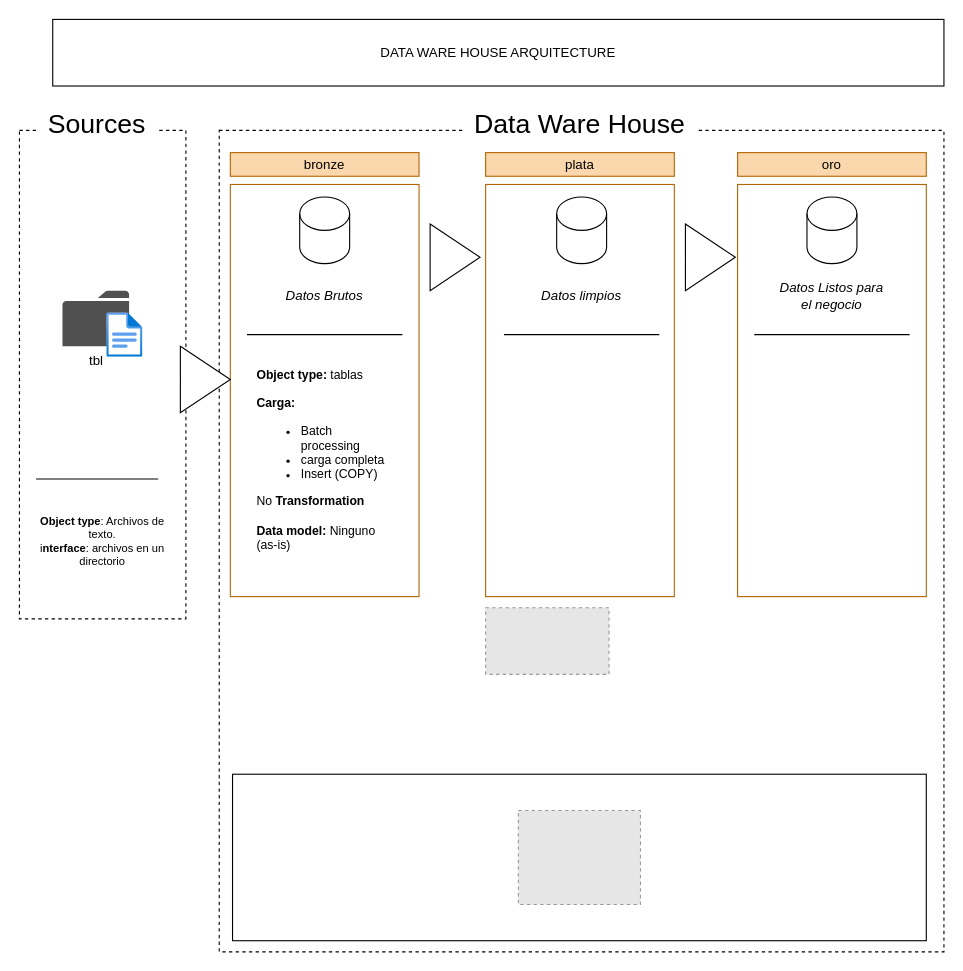
This is docs/arquitectura.drawio from CaletOrtiz/sql-datawarehouse-project, a draw.io file, before an edit. Source tidied: cells renumbered, new cells numbered last; positions are measured from the earlier drawing's top-left corner, leaving out a move shared by most shapes. Both pictures are drawn from the tidied source at 111%, with x=0, y=0 at pixel (19, 19). Pictures stored in the file or linked from it are replaced by grey dashed boxes.
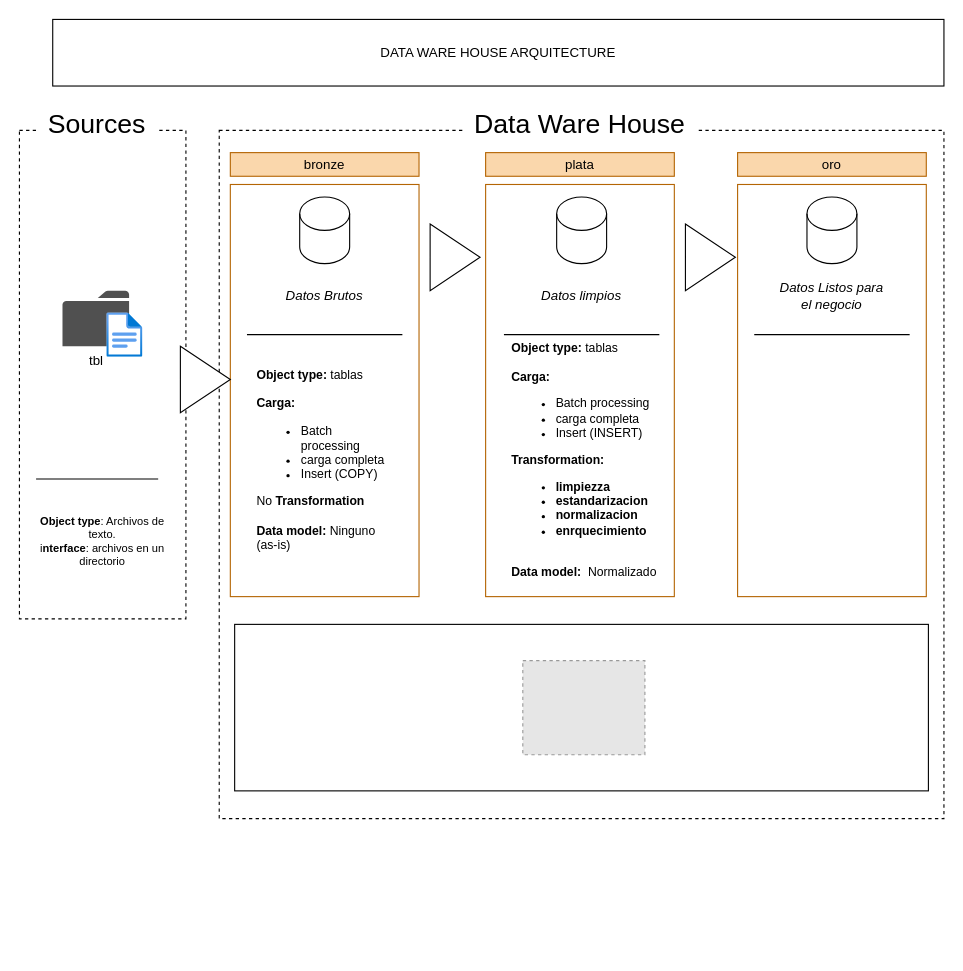
The same diagram, later.

Commit message (it also covers changes not shown here):
Refactor code structure for improved readability and maintainability

What changed in the source:
```diff
@@
     <mxCell id="6" style="rounded=0;whiteSpace=wrap;html=1;fillColor=none;gradientColor=none;dashed=1;" parent="1" vertex="1">
-      <mxGeometry x="180" y="100" width="652.9" height="740" as="geometry" />
+      <mxGeometry x="180" y="100" width="652.9" height="620" as="geometry" />
     </mxCell>
@@
     <mxCell id="28" style="rounded=0;whiteSpace=wrap;html=1;fillColor=light-dark(#FFFFFF,#FFE6CC);" parent="1" vertex="1">
-      <mxGeometry x="192" y="680" width="625" height="150" as="geometry" />
+      <mxGeometry x="193.9" y="545" width="625" height="150" as="geometry" />
     </mxCell>
     <mxCell id="29" style="fillColor=#E6E6E6;strokeColor=#999999;dashed=1;verticalLabelPosition=bottom;labelBackgroundColor=default;verticalAlign=top;" parent="1" vertex="1">
-      <mxGeometry x="449.5" y="712.7" width="110" height="84.7" as="geometry" />
+      <mxGeometry x="453.5" y="577.7" width="110" height="84.7" as="geometry" />
     </mxCell>
-    <mxCell id="30" style="fillColor=#E6E6E6;strokeColor=#999999;dashed=1;verticalLabelPosition=bottom;labelBackgroundColor=default;verticalAlign=top;" parent="1" vertex="1">
-      <mxGeometry x="420" y="530" width="111.2" height="60" as="geometry" />
-    </mxCell>
@@
+    <mxCell id="33" value="&lt;div style=&quot;text-align: start;&quot;&gt;&lt;b&gt;Object type: &lt;/b&gt;tablas&lt;/div&gt;&lt;div style=&quot;text-align: start;&quot;&gt;&lt;b style=&quot;background-color: transparent; color: light-dark(rgb(0, 0, 0), rgb(255, 255, 255));&quot;&gt;&lt;br&gt;&lt;/b&gt;&lt;/div&gt;&lt;div style=&quot;text-align: start;&quot;&gt;&lt;b style=&quot;background-color: transparent; color: light-dark(rgb(0, 0, 0), rgb(255, 255, 255));&quot;&gt;Carga:&amp;nbsp;&lt;/b&gt;&lt;/div&gt;&lt;div style=&quot;text-align: start;&quot;&gt;&lt;ul&gt;&lt;li&gt;&lt;span style=&quot;background-color: transparent; color: light-dark(rgb(0, 0, 0), rgb(255, 255, 255));&quot;&gt;Batch processing&lt;/span&gt;&lt;/li&gt;&lt;li&gt;carga completa&lt;/li&gt;&lt;li&gt;Insert (INSERT)&lt;/li&gt;&lt;/ul&gt;&lt;b&gt;Transformation:&lt;/b&gt;&lt;/div&gt;&lt;div style=&quot;text-align: start;&quot;&gt;&lt;ul&gt;&lt;li&gt;&lt;b&gt;limpiezza&lt;/b&gt;&lt;/li&gt;&lt;li&gt;&lt;b&gt;estandarizacion&lt;/b&gt;&lt;/li&gt;&lt;li&gt;&lt;b&gt;normalizacion&lt;/b&gt;&lt;/li&gt;&lt;li&gt;&lt;b&gt;enrquecimiento&lt;/b&gt;&lt;/li&gt;&lt;/ul&gt;&lt;/div&gt;&lt;div style=&quot;text-align: start;&quot;&gt;&lt;br&gt;&lt;/div&gt;&lt;div style=&quot;text-align: start;&quot;&gt;&lt;b&gt;Data model: &lt;/b&gt;&amp;nbsp;Normalizado&lt;/div&gt;" style="text;html=1;whiteSpace=wrap;strokeColor=none;fillColor=none;align=center;verticalAlign=middle;rounded=0;fontSize=11;" parent="1" vertex="1">
+      <mxGeometry x="438.5" y="309.4" width="140" height="175.7" as="geometry" />
+    </mxCell>
```
